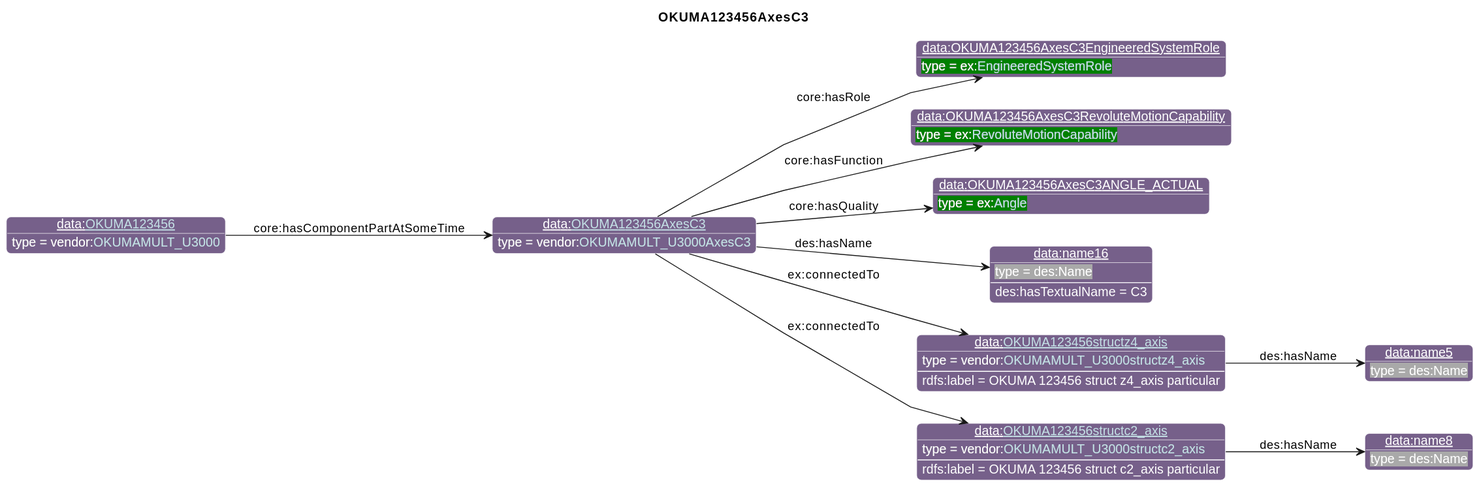
Before: diagrams/OKUMA123456AxesC3.svg, a diagram exported from PlantUML (iofoundry/example-syseng-mtconnect).
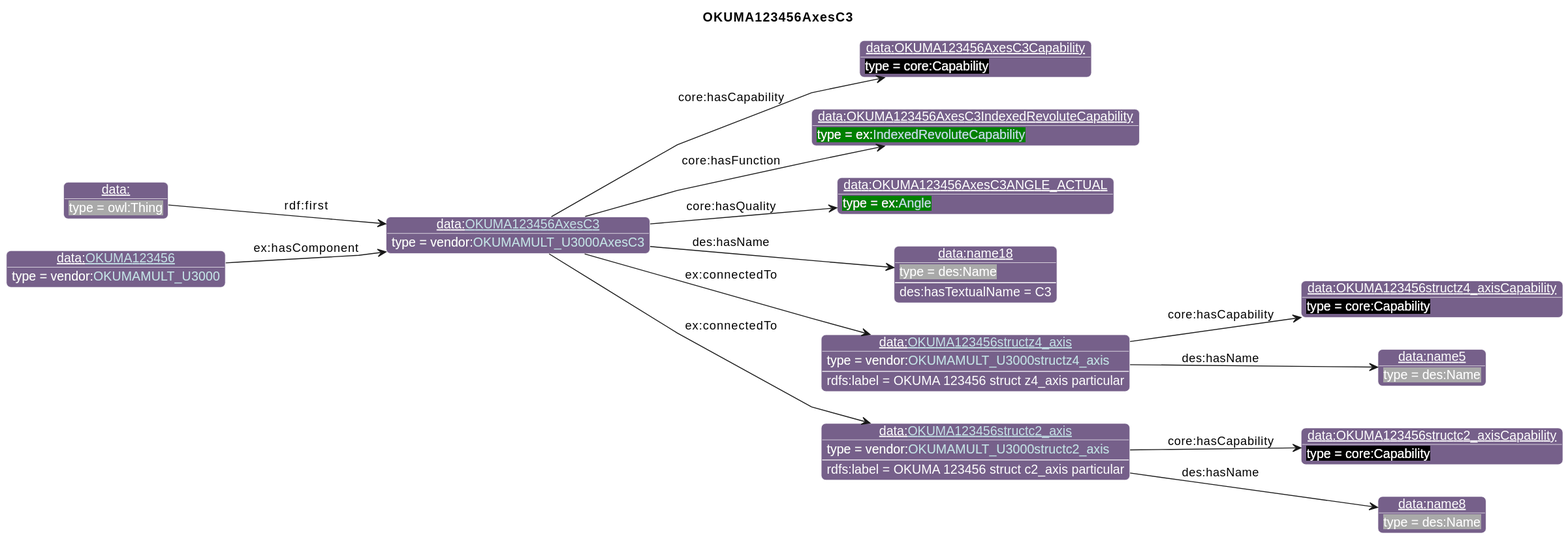
Later version of the same file.

Diff of the diagram source:
```diff
@@ -26,25 +26,31 @@
                       "qp":"641B2E"
       }
 individual(o0, data:[[./OKUMA123456AxesC3.html OKUMA123456AxesC3]], vendor:[[../OKUMA.html#OKUMAMULT_U3000AxesC3 OKUMAMULT_U3000AxesC3]])
-individual(o1, data:OKUMA123456AxesC3EngineeredSystemRole, ex:[[../Example.html#EngineeredSystemRole EngineeredSystemRole]])
-individual(o2, data:OKUMA123456AxesC3RevoluteMotionCapability, ex:[[../Example.html#RevoluteMotionCapability RevoluteMotionCapability]])
+individual(o1, data:OKUMA123456AxesC3Capability, core:Capability)
+individual(o2, data:OKUMA123456AxesC3IndexedRevoluteCapability, ex:[[../Example.html#IndexedRevoluteCapability IndexedRevoluteCapability]])
 individual(o3, data:OKUMA123456AxesC3ANGLE_ACTUAL, ex:[[../Example.html#Angle Angle]])
-individual(o4, data:name16, des:Name)
+individual(o4, data:name18, des:Name)
 individual(o5, data:[[./OKUMA123456structz4_axis.html OKUMA123456structz4_axis]], vendor:[[../OKUMA.html#OKUMAMULT_U3000structz4_axis OKUMAMULT_U3000structz4_axis]])
-individual(o6, data:name5, des:Name)
-individual(o7, data:[[./OKUMA123456structc2_axis.html OKUMA123456structc2_axis]], vendor:[[../OKUMA.html#OKUMAMULT_U3000structc2_axis OKUMAMULT_U3000structc2_axis]])
-individual(o8, data:name8, des:Name)
-individual(o9, data:[[./OKUMA123456.html OKUMA123456]], vendor:[[../OKUMA.html#OKUMAMULT_U3000 OKUMAMULT_U3000]])
-property(o0, "core:hasRole", o1)
+individual(o6, data:OKUMA123456structz4_axisCapability, core:Capability)
+individual(o7, data:name5, des:Name)
+individual(o8, data:[[./OKUMA123456structc2_axis.html OKUMA123456structc2_axis]], vendor:[[../OKUMA.html#OKUMAMULT_U3000structc2_axis OKUMAMULT_U3000structc2_axis]])
+individual(o9, data:OKUMA123456structc2_axisCapability, core:Capability)
+individual(o10, data:name8, des:Name)
+individual(o11, data:, owl:Thing)
+individual(o12, data:[[./OKUMA123456.html OKUMA123456]], vendor:[[../OKUMA.html#OKUMAMULT_U3000 OKUMAMULT_U3000]])
+property(o0, "core:hasCapability", o1)
 property(o0, "core:hasFunction", o2)
 property(o0, "core:hasQuality", o3)
 property(o0, "des:hasName", o4)
 data(o4, "des:hasTextualName", "C3")
 property(o0, "ex:connectedTo", o5)
 data(o5, "rdfs:label", "OKUMA 123456 struct z4_axis particular")
-property(o5, "des:hasName", o6)
-property(o0, "ex:connectedTo", o7)
-data(o7, "rdfs:label", "OKUMA 123456 struct c2_axis particular")
-property(o7, "des:hasName", o8)
-property(o9, "core:hasComponentPartAtSomeTime", o0)
+property(o5, "core:hasCapability", o6)
+property(o5, "des:hasName", o7)
+property(o0, "ex:connectedTo", o8)
+data(o8, "rdfs:label", "OKUMA 123456 struct c2_axis particular")
+property(o8, "core:hasCapability", o9)
+property(o8, "des:hasName", o10)
+property(o11, "rdf:first", o0)
+property(o12, "ex:hasComponent", o0)
 @enduml
```
